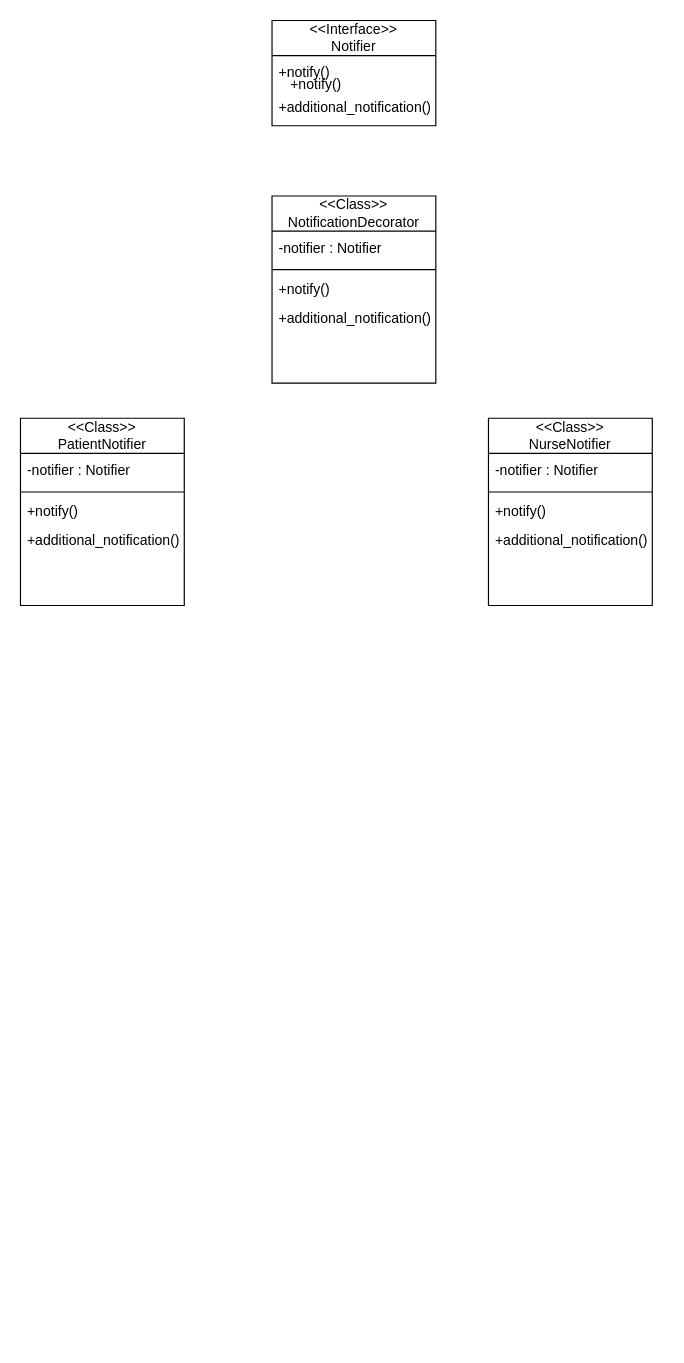
Earlier version of the draw.io diagram Project Milestone 3/Bashar/DecoratorPattern.drawio (SENG-350-2024-fall/Team-6). Source tidied: cells renumbered, new cells numbered last; positions are measured from the earlier drawing's top-left corner, leaving out a move shared by most shapes. Both pictures are drawn from the tidied source at 117%, with x=0, y=0 at pixel (20, 20).
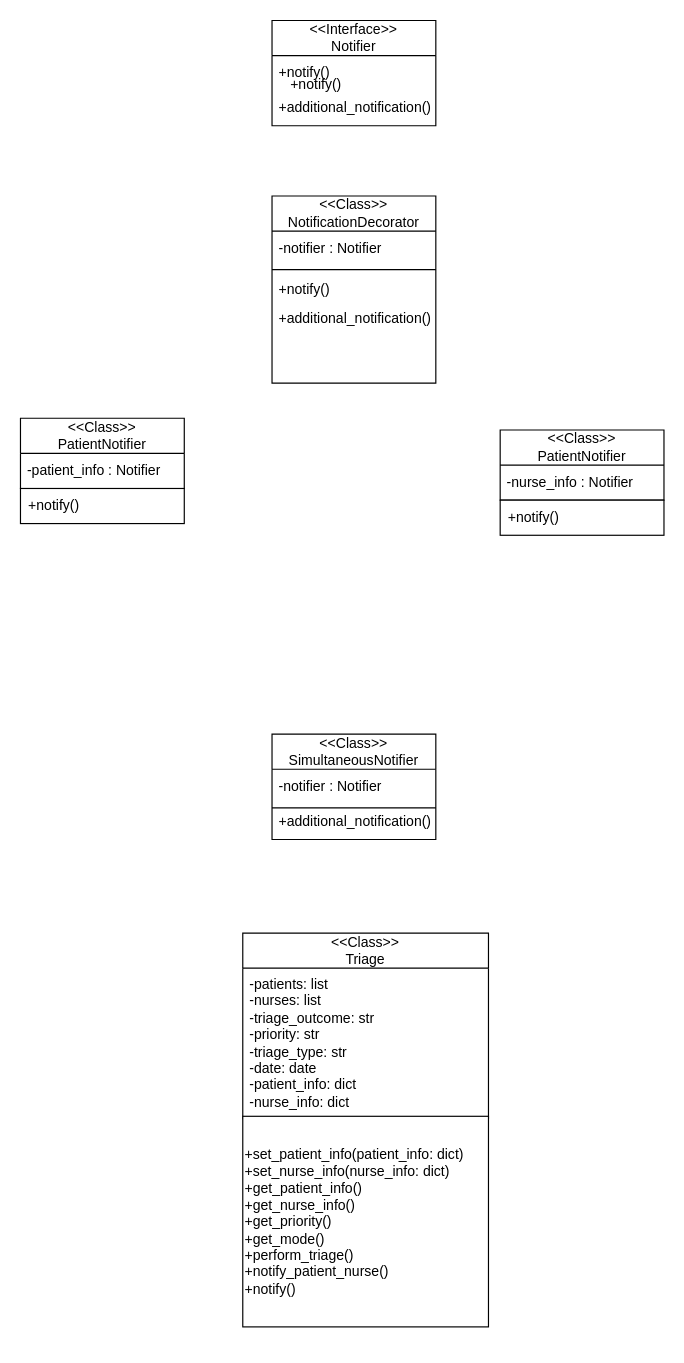
Above is the later version.

Unchanged cells that the change refers to:
```xml
<mxCell id="12" style="group;" parent="1" vertex="1">
  <mxGeometry y="340" width="140" height="160" as="geometry" />
</mxCell>
```

What changed in the source:
```diff
@@
     <mxCell id="13" value="&amp;lt;&amp;lt;Class&amp;gt;&amp;gt;&lt;br&gt;PatientNotifier" style="swimlane;fontStyle=0;horizontal=1;startSize=30;whiteSpace=wrap;html=1;" parent="12" vertex="1">
-      <mxGeometry width="140" height="160" as="geometry" />
+      <mxGeometry width="140" height="60" as="geometry" />
     </mxCell>
-    <mxCell id="14" value="-notifier : Notifier" style="text;strokeColor=none;fillColor=none;align=left;verticalAlign=middle;spacingLeft=4;spacingRight=4;overflow=hidden;whiteSpace=wrap;html=1;" parent="13" vertex="1">
+    <mxCell id="14" value="-patient_info : Notifier" style="text;strokeColor=none;fillColor=none;align=left;verticalAlign=middle;spacingLeft=4;spacingRight=4;overflow=hidden;whiteSpace=wrap;html=1;" parent="13" vertex="1">
       <mxGeometry y="30" width="140" height="30" as="geometry" />
     </mxCell>
-    <mxCell id="15" style="endArrow=none;html=1;rounded=0;exitX=0;exitY=0.5;exitDx=0;exitDy=0;entryX=1;entryY=0.5;entryDx=0;entryDy=0;" parent="12" edge="1">
-      <mxGeometry relative="1" as="geometry">
-        <mxPoint y="63" as="sourcePoint" />
-        <mxPoint x="140" y="63" as="targetPoint" />
-      </mxGeometry>
-    </mxCell>
-    <mxCell id="16" value="+notify()" style="text;strokeColor=none;fillColor=none;align=left;verticalAlign=middle;spacingLeft=4;spacingRight=4;overflow=hidden;whiteSpace=wrap;html=1;" parent="12" vertex="1">
-      <mxGeometry y="65" width="140" height="30" as="geometry" />
-    </mxCell>
-    <mxCell id="17" value="+additional_notification()" style="text;strokeColor=none;fillColor=none;align=left;verticalAlign=middle;spacingLeft=4;spacingRight=4;overflow=hidden;whiteSpace=wrap;html=1;" parent="12" vertex="1">
-      <mxGeometry y="90" width="140" height="30" as="geometry" />
-    </mxCell>
-    <mxCell id="18" style="group;" parent="1" vertex="1">
-      <mxGeometry x="400" y="340" width="140" height="160" as="geometry" />
-    </mxCell>
-    <mxCell id="19" value="&amp;lt;&amp;lt;Class&amp;gt;&amp;gt;&lt;br&gt;NurseNotifier" style="swimlane;fontStyle=0;horizontal=1;startSize=30;whiteSpace=wrap;html=1;" parent="18" vertex="1">
-      <mxGeometry width="140" height="160" as="geometry" />
-    </mxCell>
+    <mxCell id="24" value="&lt;span style=&quot;color: rgba(0, 0, 0, 0); font-family: monospace; font-size: 0px; text-align: start; text-wrap-mode: nowrap;&quot;&gt;+notify&lt;/span&gt;" style="rounded=0;whiteSpace=wrap;html=1;" parent="12" vertex="1">
+      <mxGeometry y="60" width="140" height="30" as="geometry" />
+    </mxCell>
+    <mxCell id="25" value="+notify()" style="text;html=1;align=left;verticalAlign=middle;whiteSpace=wrap;rounded=0;" parent="12" vertex="1">
+      <mxGeometry x="5" y="60" width="60" height="30" as="geometry" />
+    </mxCell>
+    <mxCell id="26" style="group;" parent="1" vertex="1">
+      <mxGeometry x="215" y="610" width="140" height="160" as="geometry" />
+    </mxCell>
+    <mxCell id="27" value="&amp;lt;&amp;lt;Class&amp;gt;&amp;gt;&lt;br&gt;SimultaneousNotifier" style="swimlane;fontStyle=0;horizontal=1;startSize=30;whiteSpace=wrap;html=1;" parent="26" vertex="1">
+      <mxGeometry width="140" height="90" as="geometry" />
+    </mxCell>
-    <mxCell id="20" value="-notifier : Notifier" style="text;strokeColor=none;fillColor=none;align=left;verticalAlign=middle;spacingLeft=4;spacingRight=4;overflow=hidden;whiteSpace=wrap;html=1;" parent="19" vertex="1">
+    <mxCell id="20" value="-notifier : Notifier" style="text;strokeColor=none;fillColor=none;align=left;verticalAlign=middle;spacingLeft=4;spacingRight=4;overflow=hidden;whiteSpace=wrap;html=1;" parent="27" vertex="1">
       <mxGeometry y="30" width="140" height="30" as="geometry" />
     </mxCell>
-    <mxCell id="21" style="endArrow=none;html=1;rounded=0;exitX=0;exitY=0.5;exitDx=0;exitDy=0;entryX=1;entryY=0.5;entryDx=0;entryDy=0;" parent="18" edge="1">
-      <mxGeometry relative="1" as="geometry">
-        <mxPoint y="63" as="sourcePoint" />
-        <mxPoint x="140" y="63" as="targetPoint" />
-      </mxGeometry>
-    </mxCell>
-    <mxCell id="22" value="+notify()" style="text;strokeColor=none;fillColor=none;align=left;verticalAlign=middle;spacingLeft=4;spacingRight=4;overflow=hidden;whiteSpace=wrap;html=1;" parent="18" vertex="1">
-      <mxGeometry y="65" width="140" height="30" as="geometry" />
-    </mxCell>
-    <mxCell id="23" value="+additional_notification()" style="text;strokeColor=none;fillColor=none;align=left;verticalAlign=middle;spacingLeft=4;spacingRight=4;overflow=hidden;whiteSpace=wrap;html=1;" parent="18" vertex="1">
-      <mxGeometry y="90" width="140" height="30" as="geometry" />
-    </mxCell>
+    <mxCell id="28" value="+additional_notification()" style="text;strokeColor=none;fillColor=none;align=left;verticalAlign=middle;spacingLeft=4;spacingRight=4;overflow=hidden;whiteSpace=wrap;html=1;" parent="27" vertex="1">
+      <mxGeometry y="60" width="140" height="30" as="geometry" />
+    </mxCell>
+    <mxCell id="29" style="endArrow=none;html=1;rounded=0;exitX=0;exitY=0.5;exitDx=0;exitDy=0;entryX=1;entryY=0.5;entryDx=0;entryDy=0;" parent="26" edge="1">
+      <mxGeometry relative="1" as="geometry">
+        <mxPoint y="63" as="sourcePoint" />
+        <mxPoint x="140" y="63" as="targetPoint" />
+      </mxGeometry>
+    </mxCell>
+    <mxCell id="30" style="group;" parent="1" vertex="1">
+      <mxGeometry x="190" y="780" width="210" height="350" as="geometry" />
+    </mxCell>
+    <mxCell id="31" value="&amp;lt;&amp;lt;Class&amp;gt;&amp;gt;&lt;br&gt;Triage" style="swimlane;fontStyle=0;horizontal=1;startSize=30;whiteSpace=wrap;html=1;" parent="30" vertex="1">
+      <mxGeometry width="210" height="158.9" as="geometry" />
+    </mxCell>
+    <mxCell id="32" value="-patients: list&amp;nbsp;&lt;br&gt;-nurses: list&amp;nbsp;&lt;br&gt;-triage_outcome: str&amp;nbsp;&lt;br&gt;-priority: str&lt;br&gt;-triage_type: str&lt;br&gt;-date: date&lt;br&gt;-patient_info: dict&lt;br&gt;-nurse_info: dict  " style="text;strokeColor=none;fillColor=none;align=left;verticalAlign=middle;spacingLeft=4;spacingRight=4;overflow=hidden;whiteSpace=wrap;html=1;" parent="31" vertex="1">
+      <mxGeometry y="30" width="210" height="128.9" as="geometry" />
+    </mxCell>
+    <mxCell id="33" style="group;" parent="30" vertex="1">
+      <mxGeometry x="-3" y="156.6" width="213" height="193.4" as="geometry" />
+    </mxCell>
+    <mxCell id="34" value="+set_patient_info(patient_info: dict)&lt;br&gt;+set_nurse_info(nurse_info: dict)&lt;br&gt;+get_patient_info()&lt;br&gt;+get_nurse_info()&lt;br&gt;+get_priority()&lt;br&gt;+get_mode()&lt;br&gt;+perform_triage()&lt;br&gt;+notify_patient_nurse()&lt;div&gt;+notify()&lt;/div&gt;" style="rounded=0;whiteSpace=wrap;html=1;align=left;" parent="33" vertex="1">
+      <mxGeometry x="3" width="210" height="180" as="geometry" />
+    </mxCell>
+    <mxCell id="35" value="&amp;lt;&amp;lt;Class&amp;gt;&amp;gt;&lt;br&gt;PatientNotifier" style="swimlane;fontStyle=0;horizontal=1;startSize=30;whiteSpace=wrap;html=1;" parent="1" vertex="1">
+      <mxGeometry x="410" y="350" width="140" height="60" as="geometry" />
+    </mxCell>
+    <mxCell id="36" value="-nurse_info : Notifier" style="text;strokeColor=none;fillColor=none;align=left;verticalAlign=middle;spacingLeft=4;spacingRight=4;overflow=hidden;whiteSpace=wrap;html=1;" parent="35" vertex="1">
+      <mxGeometry y="30" width="140" height="30" as="geometry" />
+    </mxCell>
+    <mxCell id="37" value="&lt;span style=&quot;color: rgba(0, 0, 0, 0); font-family: monospace; font-size: 0px; text-align: start; text-wrap-mode: nowrap;&quot;&gt;+notify&lt;/span&gt;" style="rounded=0;whiteSpace=wrap;html=1;" parent="1" vertex="1">
+      <mxGeometry x="410" y="410" width="140" height="30" as="geometry" />
+    </mxCell>
+    <mxCell id="38" value="+notify()" style="text;html=1;align=left;verticalAlign=middle;whiteSpace=wrap;rounded=0;" parent="1" vertex="1">
+      <mxGeometry x="415" y="410" width="60" height="30" as="geometry" />
+    </mxCell>
```
